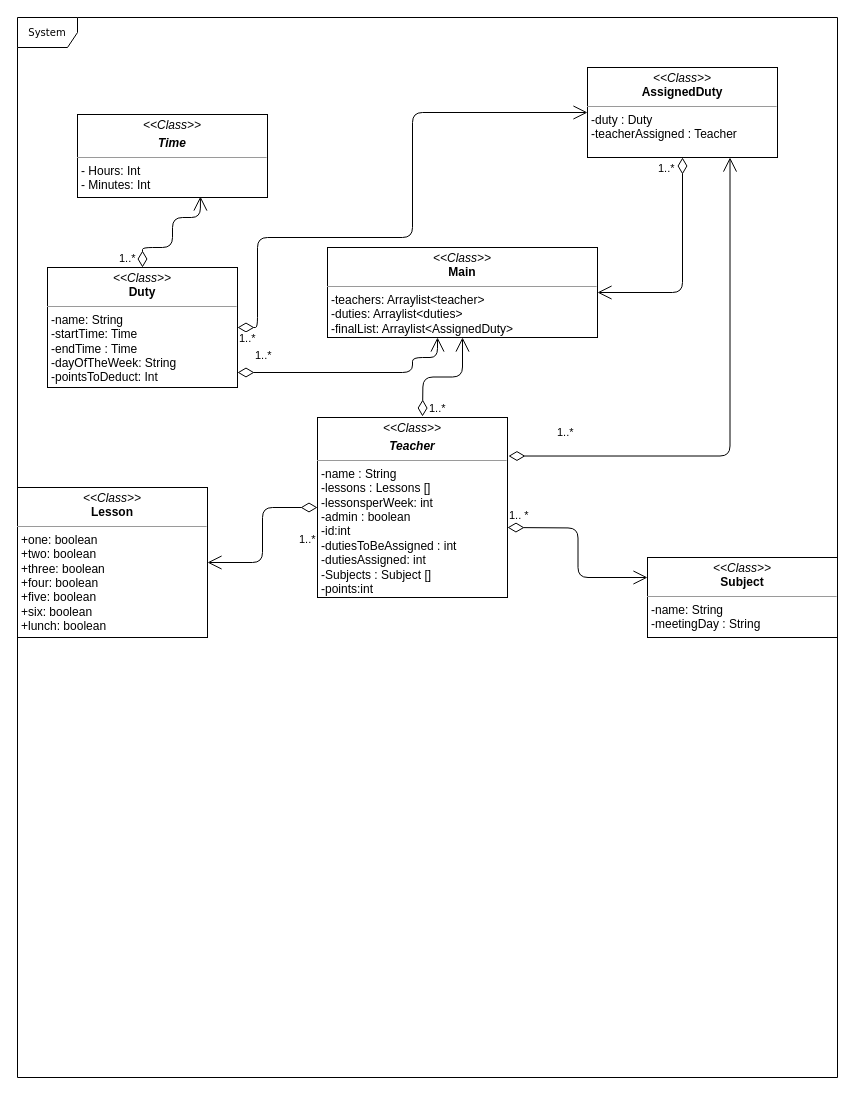
The draw.io diagram UML Diagram (Without Methods).drawio in adityaharish218/Computer-Science-IA, before the edit. Source tidied: cells renumbered, new cells numbered last; positions are measured from the earlier drawing's top-left corner, leaving out a move shared by most shapes. Both pictures are drawn from the tidied source at 100%, with x=0, y=0 at pixel (17, 17).
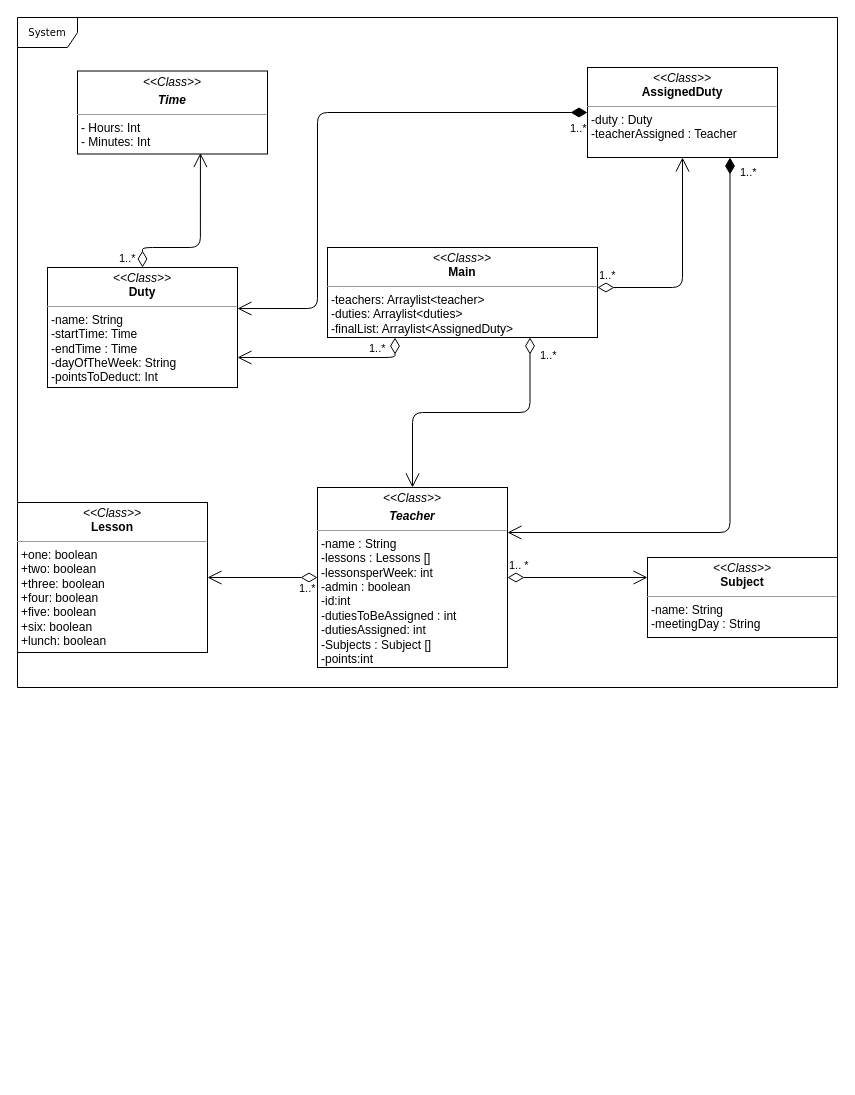
After the change.

The change refers to these unchanged cells:
```xml
<mxCell id="4" value="&lt;p style=&quot;margin: 0px ; margin-top: 4px ; text-align: center&quot;&gt;&lt;i&gt;&amp;lt;&amp;lt;Class&amp;gt;&amp;gt;&lt;/i&gt;&lt;br&gt;&lt;b&gt;Main&lt;/b&gt;&lt;/p&gt;&lt;hr size=&quot;1&quot;&gt;&lt;p style=&quot;margin: 0px ; margin-left: 4px&quot;&gt;-teachers: Arraylist&amp;lt;teacher&amp;gt;&lt;br&gt;-duties: Arraylist&amp;lt;duties&amp;gt;&lt;/p&gt;&lt;p style=&quot;margin: 0px ; margin-left: 4px&quot;&gt;-finalList: Arraylist&amp;lt;AssignedDuty&amp;gt;&lt;/p&gt;&lt;p style=&quot;margin: 0px ; margin-left: 4px&quot;&gt;&lt;br&gt;&lt;/p&gt;" style="verticalAlign=top;align=left;overflow=fill;fontSize=12;fontFamily=Helvetica;html=1;rounded=0;shadow=0;comic=0;labelBackgroundColor=none;strokeWidth=1;" parent="1" vertex="1">
  <mxGeometry x="310" y="230" width="270" height="90" as="geometry" />
</mxCell>
<mxCell id="6" value="&lt;p style=&quot;margin: 0px ; margin-top: 4px ; text-align: center&quot;&gt;&lt;i&gt;&amp;lt;&amp;lt;Class&amp;gt;&amp;gt;&lt;/i&gt;&lt;br&gt;&lt;b&gt;Duty&lt;/b&gt;&lt;/p&gt;&lt;hr size=&quot;1&quot;&gt;&lt;p style=&quot;margin: 0px ; margin-left: 4px&quot;&gt;-name: String&lt;br&gt;-startTime: Time&lt;/p&gt;&lt;p style=&quot;margin: 0px ; margin-left: 4px&quot;&gt;-endTime : Time&lt;/p&gt;&lt;p style=&quot;margin: 0px ; margin-left: 4px&quot;&gt;-dayOfTheWeek: String&lt;/p&gt;&lt;p style=&quot;margin: 0px ; margin-left: 4px&quot;&gt;-pointsToDeduct: Int&lt;/p&gt;&lt;p style=&quot;margin: 0px ; margin-left: 4px&quot;&gt;&lt;br&gt;&lt;/p&gt;" style="verticalAlign=top;align=left;overflow=fill;fontSize=12;fontFamily=Helvetica;html=1;rounded=0;shadow=0;comic=0;labelBackgroundColor=none;strokeWidth=1;" parent="1" vertex="1">
  <mxGeometry x="30" y="250" width="190" height="120" as="geometry" />
</mxCell>
<mxCell id="8" value="&lt;p style=&quot;margin: 0px ; margin-top: 4px ; text-align: center&quot;&gt;&lt;i&gt;&amp;lt;&amp;lt;Class&amp;gt;&amp;gt;&lt;/i&gt;&lt;br&gt;&lt;b&gt;Subject&lt;/b&gt;&lt;/p&gt;&lt;hr size=&quot;1&quot;&gt;&lt;p style=&quot;margin: 0px ; margin-left: 4px&quot;&gt;-name: String&lt;/p&gt;&lt;p style=&quot;margin: 0px ; margin-left: 4px&quot;&gt;-meetingDay : String&lt;/p&gt;&lt;p style=&quot;margin: 0px ; margin-left: 4px&quot;&gt;&lt;br&gt;&lt;/p&gt;" style="verticalAlign=top;align=left;overflow=fill;fontSize=12;fontFamily=Helvetica;html=1;rounded=0;shadow=0;comic=0;labelBackgroundColor=none;strokeWidth=1;" parent="1" vertex="1">
  <mxGeometry x="630" y="540" width="190" height="80" as="geometry" />
</mxCell>
<mxCell id="12" value="&lt;p style=&quot;margin: 0px ; margin-top: 4px ; text-align: center&quot;&gt;&lt;i&gt;&amp;lt;&amp;lt;Class&amp;gt;&amp;gt;&lt;/i&gt;&lt;br&gt;&lt;b&gt;AssignedDuty&lt;/b&gt;&lt;/p&gt;&lt;hr size=&quot;1&quot;&gt;&lt;p style=&quot;margin: 0px ; margin-left: 4px&quot;&gt;-duty : Duty&lt;/p&gt;&lt;p style=&quot;margin: 0px ; margin-left: 4px&quot;&gt;-teacherAssigned : Teacher&lt;/p&gt;&lt;p style=&quot;margin: 0px ; margin-left: 4px&quot;&gt;&lt;br&gt;&lt;/p&gt;" style="verticalAlign=top;align=left;overflow=fill;fontSize=12;fontFamily=Helvetica;html=1;rounded=0;shadow=0;comic=0;labelBackgroundColor=none;strokeWidth=1;" parent="1" vertex="1">
  <mxGeometry x="570" y="50" width="190" height="90" as="geometry" />
</mxCell>
```

Change to the diagram source:
```diff
@@
     <mxCell id="2" value="System" style="shape=umlFrame;whiteSpace=wrap;html=1;rounded=0;shadow=0;comic=0;labelBackgroundColor=none;strokeWidth=1;fontFamily=Verdana;fontSize=10;align=center;" parent="1" vertex="1">
-      <mxGeometry width="820" height="1060" as="geometry" />
+      <mxGeometry width="820" height="670" as="geometry" />
     </mxCell>
     <mxCell id="3" value="&lt;p style=&quot;margin: 0px ; margin-top: 4px ; text-align: center&quot;&gt;&lt;i&gt;&amp;lt;&amp;lt;Class&amp;gt;&amp;gt;&lt;/i&gt;&lt;br&gt;&lt;b&gt;Lesson&lt;/b&gt;&lt;/p&gt;&lt;hr size=&quot;1&quot;&gt;&lt;p style=&quot;margin: 0px ; margin-left: 4px&quot;&gt;+one: boolean&lt;br&gt;+two: boolean&lt;/p&gt;&lt;p style=&quot;margin: 0px ; margin-left: 4px&quot;&gt;+three: boolean&lt;/p&gt;&lt;p style=&quot;margin: 0px ; margin-left: 4px&quot;&gt;+four: boolean&lt;/p&gt;&lt;p style=&quot;margin: 0px ; margin-left: 4px&quot;&gt;+five: boolean&lt;/p&gt;&lt;p style=&quot;margin: 0px ; margin-left: 4px&quot;&gt;+six: boolean&lt;/p&gt;&lt;p style=&quot;margin: 0px ; margin-left: 4px&quot;&gt;+lunch: boolean&lt;/p&gt;&lt;p style=&quot;margin: 0px ; margin-left: 4px&quot;&gt;&lt;br&gt;&lt;/p&gt;" style="verticalAlign=top;align=left;overflow=fill;fontSize=12;fontFamily=Helvetica;html=1;rounded=0;shadow=0;comic=0;labelBackgroundColor=none;strokeWidth=1;" parent="1" vertex="1">
-      <mxGeometry y="470" width="190" height="150" as="geometry" />
+      <mxGeometry y="485" width="190" height="150" as="geometry" />
     </mxCell>
@@
     <mxCell id="5" value="&lt;p style=&quot;margin: 0px ; margin-top: 4px ; text-align: center&quot;&gt;&lt;i&gt;&amp;lt;&amp;lt;Class&amp;gt;&amp;gt;&lt;/i&gt;&lt;/p&gt;&lt;p style=&quot;margin: 0px ; margin-top: 4px ; text-align: center&quot;&gt;&lt;b&gt;&lt;i&gt;Time&lt;/i&gt;&lt;br&gt;&lt;/b&gt;&lt;/p&gt;&lt;hr size=&quot;1&quot;&gt;&lt;p style=&quot;margin: 0px ; margin-left: 4px&quot;&gt;- Hours: Int&lt;br&gt;- Minutes: Int&lt;/p&gt;&lt;p style=&quot;margin: 0px ; margin-left: 4px&quot;&gt;&lt;br&gt;&lt;/p&gt;" style="verticalAlign=top;align=left;overflow=fill;fontSize=12;fontFamily=Helvetica;html=1;rounded=0;shadow=0;comic=0;labelBackgroundColor=none;strokeWidth=1;" parent="1" vertex="1">
-      <mxGeometry x="60" y="97" width="190" height="83" as="geometry" />
+      <mxGeometry x="60" y="53.5" width="190" height="83" as="geometry" />
     </mxCell>
@@
     <mxCell id="7" value="&lt;p style=&quot;margin: 0px ; margin-top: 4px ; text-align: center&quot;&gt;&lt;i&gt;&amp;lt;&amp;lt;Class&amp;gt;&amp;gt;&lt;/i&gt;&lt;br&gt;&lt;/p&gt;&lt;p style=&quot;margin: 0px ; margin-top: 4px ; text-align: center&quot;&gt;&lt;b&gt;&lt;i&gt;Teacher&lt;/i&gt;&lt;/b&gt;&lt;/p&gt;&lt;hr size=&quot;1&quot;&gt;&lt;p style=&quot;margin: 0px ; margin-left: 4px&quot;&gt;-name : String&lt;/p&gt;&lt;p style=&quot;margin: 0px ; margin-left: 4px&quot;&gt;-lessons : Lessons []&lt;/p&gt;&lt;p style=&quot;margin: 0px ; margin-left: 4px&quot;&gt;-lessonsperWeek: int&lt;/p&gt;&lt;p style=&quot;margin: 0px ; margin-left: 4px&quot;&gt;-admin : boolean&lt;/p&gt;&lt;p style=&quot;margin: 0px ; margin-left: 4px&quot;&gt;-id:int&lt;/p&gt;&lt;p style=&quot;margin: 0px ; margin-left: 4px&quot;&gt;-dutiesToBeAssigned : int&lt;/p&gt;&lt;p style=&quot;margin: 0px ; margin-left: 4px&quot;&gt;-dutiesAssigned: int&lt;/p&gt;&lt;p style=&quot;margin: 0px ; margin-left: 4px&quot;&gt;-Subjects : Subject []&lt;/p&gt;&lt;p style=&quot;margin: 0px ; margin-left: 4px&quot;&gt;-points:int&lt;/p&gt;" style="verticalAlign=top;align=left;overflow=fill;fontSize=12;fontFamily=Helvetica;html=1;rounded=0;shadow=0;comic=0;labelBackgroundColor=none;strokeWidth=1;" parent="1" vertex="1">
-      <mxGeometry x="300" y="400" width="190" height="180" as="geometry" />
+      <mxGeometry x="300" y="470" width="190" height="180" as="geometry" />
     </mxCell>
@@
-    <mxCell id="9" value="1.. *" style="endArrow=open;html=1;endSize=12;startArrow=diamondThin;startSize=14;startFill=0;edgeStyle=orthogonalEdgeStyle;align=left;verticalAlign=bottom;entryX=0;entryY=0.25;entryDx=0;entryDy=0;" parent="1" edge="1" target="8">
-      <mxGeometry x="-1" y="3" relative="1" as="geometry">
-        <mxPoint x="490" y="510" as="sourcePoint" />
-      </mxGeometry>
+    <mxCell id="9" value="1.. *" style="endArrow=open;html=1;endSize=12;startArrow=diamondThin;startSize=14;startFill=0;edgeStyle=orthogonalEdgeStyle;align=left;verticalAlign=bottom;entryX=0;entryY=0.25;entryDx=0;entryDy=0;exitX=1;exitY=0.5;exitDx=0;exitDy=0;" parent="1" edge="1" source="7" target="8">
+      <mxGeometry x="-1" y="3" relative="1" as="geometry" />
     </mxCell>
     <mxCell id="10" value="1..*" style="endArrow=open;html=1;endSize=12;startArrow=diamondThin;startSize=14;startFill=0;edgeStyle=orthogonalEdgeStyle;align=left;verticalAlign=bottom;entryX=1;entryY=0.5;entryDx=0;entryDy=0;exitX=0;exitY=0.5;exitDx=0;exitDy=0;" parent="1" edge="1" source="7" target="3">
-      <mxGeometry x="0.15" y="35" relative="1" as="geometry">
-        <mxPoint y="1" as="offset" />
-      </mxGeometry>
+      <mxGeometry x="-0.64" y="20" relative="1" as="geometry" />
     </mxCell>
     <mxCell id="11" value="1..*" style="endArrow=open;html=1;endSize=12;startArrow=diamondThin;startSize=14;startFill=0;edgeStyle=orthogonalEdgeStyle;align=left;verticalAlign=bottom;exitX=0.5;exitY=0;exitDx=0;exitDy=0;entryX=0.647;entryY=0.988;entryDx=0;entryDy=0;entryPerimeter=0;" parent="1" edge="1" source="6" target="5">
-      <mxGeometry x="-0.69" y="-32" relative="1" as="geometry">
+      <mxGeometry x="-1" y="25" relative="1" as="geometry">
         <Array as="points">
           <mxPoint x="125" y="230" />
-          <mxPoint x="155" y="230" />
-          <mxPoint x="155" y="200" />
-          <mxPoint x="183" y="200" />
+          <mxPoint x="183" y="230" />
         </Array>
-        <mxPoint x="-25" y="-12" as="offset" />
       </mxGeometry>
     </mxCell>
@@
-    <mxCell id="13" value="1..*" style="endArrow=open;html=1;endSize=12;startArrow=diamondThin;startSize=14;startFill=0;edgeStyle=orthogonalEdgeStyle;align=left;verticalAlign=bottom;" parent="1" edge="1" target="4">
-      <mxGeometry x="-0.25" y="-39" relative="1" as="geometry">
-        <mxPoint x="405" y="399" as="sourcePoint" />
-        <mxPoint y="1" as="offset" />
-      </mxGeometry>
-    </mxCell>
-    <mxCell id="14" value="1..*" style="endArrow=open;html=1;endSize=12;startArrow=diamondThin;startSize=14;startFill=0;edgeStyle=orthogonalEdgeStyle;align=left;verticalAlign=bottom;entryX=1;entryY=0.5;entryDx=0;entryDy=0;exitX=0.5;exitY=1;exitDx=0;exitDy=0;" parent="1" edge="1" source="12" target="4">
-      <mxGeometry x="0.46" y="-115" relative="1" as="geometry" />
-    </mxCell>
-    <mxCell id="15" value="1..*" style="endArrow=open;html=1;endSize=12;startArrow=diamondThin;startSize=14;startFill=0;edgeStyle=orthogonalEdgeStyle;align=left;verticalAlign=bottom;entryX=0.75;entryY=1;entryDx=0;entryDy=0;exitX=1.005;exitY=0.214;exitDx=0;exitDy=0;exitPerimeter=0;" parent="1" edge="1" source="7" target="12">
-      <mxGeometry x="-0.82" y="15" relative="1" as="geometry" />
-    </mxCell>
-    <mxCell id="16" value="1..*" style="endArrow=open;html=1;endSize=12;startArrow=diamondThin;startSize=14;startFill=0;edgeStyle=orthogonalEdgeStyle;align=left;verticalAlign=bottom;entryX=0;entryY=0.5;entryDx=0;entryDy=0;exitX=1;exitY=0.5;exitDx=0;exitDy=0;" parent="1" edge="1" source="6" target="12">
-      <mxGeometry x="-0.93" y="28" relative="1" as="geometry">
-        <Array as="points">
-          <mxPoint x="240" y="310" />
-          <mxPoint x="240" y="220" />
-          <mxPoint x="395" y="220" />
-          <mxPoint x="395" y="95" />
-        </Array>
-        <mxPoint x="8" y="20" as="offset" />
-      </mxGeometry>
-    </mxCell>
-    <mxCell id="17" value="1..*" style="endArrow=open;html=1;endSize=12;startArrow=diamondThin;startSize=14;startFill=0;edgeStyle=orthogonalEdgeStyle;align=left;verticalAlign=bottom;exitX=1;exitY=0.5;exitDx=0;exitDy=0;" parent="1" edge="1" target="4">
-      <mxGeometry x="-0.93" y="28" relative="1" as="geometry">
-        <mxPoint x="220" y="355" as="sourcePoint" />
-        <Array as="points">
-          <mxPoint x="395" y="355" />
-          <mxPoint x="395" y="340" />
-          <mxPoint x="420" y="340" />
-        </Array>
-        <mxPoint x="8" y="20" as="offset" />
-      </mxGeometry>
-    </mxCell>
+    <mxCell id="18" value="1..*" style="endArrow=open;html=1;endSize=12;startArrow=diamondThin;startSize=14;startFill=0;edgeStyle=orthogonalEdgeStyle;align=left;verticalAlign=bottom;entryX=0.5;entryY=0;entryDx=0;entryDy=0;exitX=0.75;exitY=1;exitDx=0;exitDy=0;" parent="1" edge="1" source="4" target="7">
+      <mxGeometry x="-0.8" y="8" relative="1" as="geometry" />
+    </mxCell>
+    <mxCell id="19" value="1..*" style="endArrow=open;html=1;endSize=12;startArrow=diamondThin;startSize=14;startFill=0;edgeStyle=orthogonalEdgeStyle;align=left;verticalAlign=bottom;entryX=1;entryY=0.75;entryDx=0;entryDy=0;exitX=0.25;exitY=1;exitDx=0;exitDy=0;" parent="1" edge="1" source="4" target="6">
+      <mxGeometry x="-0.46" relative="1" as="geometry" />
+    </mxCell>
+    <mxCell id="20" value="1..*" style="endArrow=open;html=1;endSize=12;startArrow=diamondThin;startSize=14;startFill=0;edgeStyle=orthogonalEdgeStyle;align=left;verticalAlign=bottom;entryX=0.5;entryY=1;entryDx=0;entryDy=0;" parent="1" edge="1" target="12">
+      <mxGeometry x="-1" y="3" relative="1" as="geometry">
+        <mxPoint x="580" y="270" as="sourcePoint" />
+        <Array as="points">
+          <mxPoint x="665" y="270" />
+        </Array>
+      </mxGeometry>
+    </mxCell>
+    <mxCell id="21" value="1..*" style="endArrow=open;html=1;endSize=12;startArrow=diamondThin;startSize=14;startFill=1;edgeStyle=orthogonalEdgeStyle;align=left;verticalAlign=bottom;exitX=0.75;exitY=1;exitDx=0;exitDy=0;entryX=1;entryY=0.25;entryDx=0;entryDy=0;" parent="1" edge="1" source="12" target="7">
+      <mxGeometry x="-0.92" y="8" relative="1" as="geometry" />
+    </mxCell>
+    <mxCell id="22" value="1..*" style="endArrow=open;html=1;endSize=12;startArrow=diamondThin;startSize=14;startFill=1;edgeStyle=orthogonalEdgeStyle;align=left;verticalAlign=bottom;exitX=0;exitY=0.5;exitDx=0;exitDy=0;entryX=1;entryY=0.342;entryDx=0;entryDy=0;entryPerimeter=0;" parent="1" edge="1" source="12" target="6">
+      <mxGeometry x="-0.93" y="25" relative="1" as="geometry">
+        <Array as="points">
+          <mxPoint x="300" y="95" />
+          <mxPoint x="300" y="291" />
+        </Array>
+      </mxGeometry>
+    </mxCell>
```
